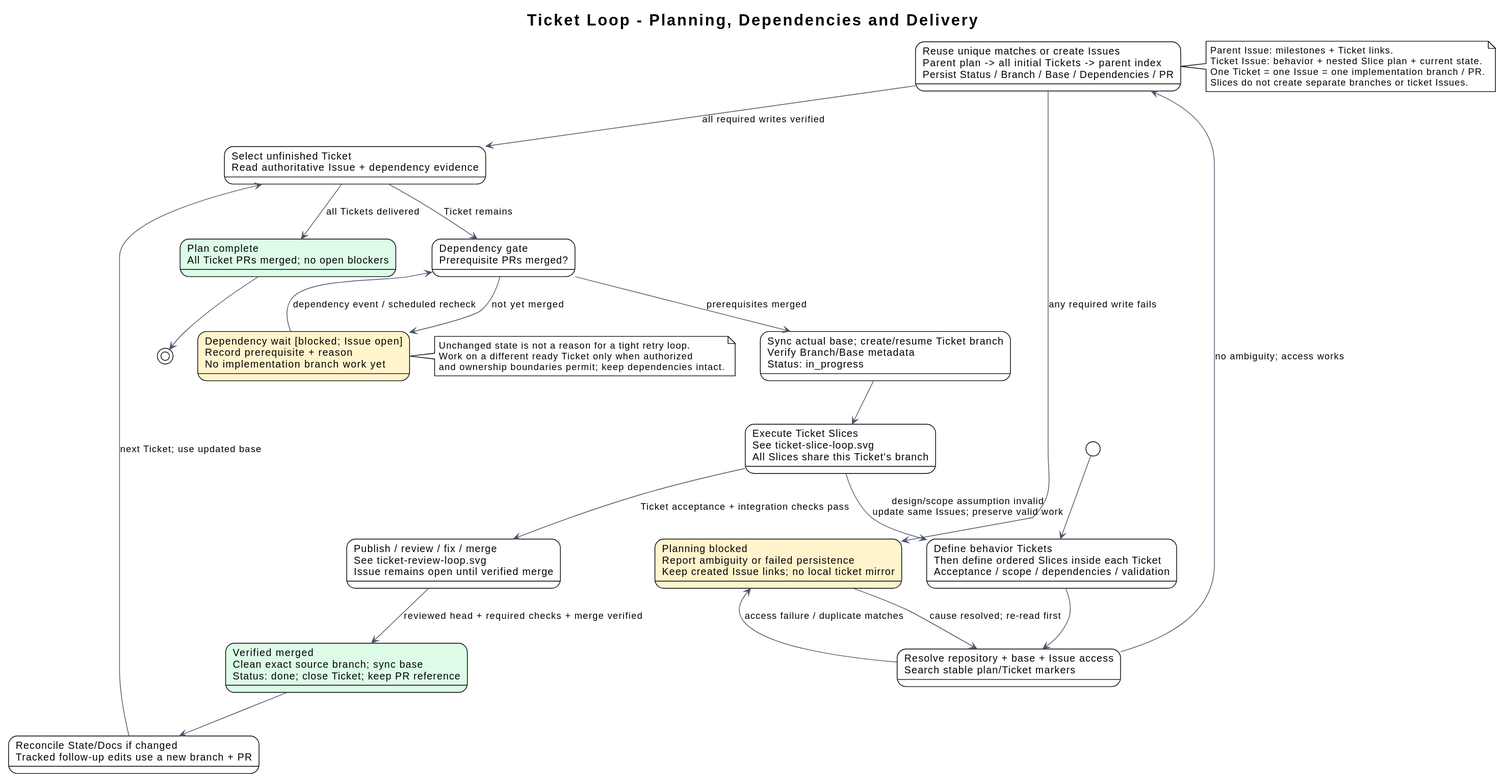
This is docs/diagrams/ticket-lifecycle.svg from i-zrhe2016/codex-development-workflow, a PlantUML export, as it was before one commit. Its diagram source:
```plantuml
@startuml
!theme plain
skinparam defaultFontName Arial
skinparam shadowing false
skinparam ArrowColor #475569
title Ticket Loop - Planning, Dependencies and Delivery

state "Define behavior Tickets\nThen define ordered Slices inside each Ticket\nAcceptance / scope / dependencies / validation" as plan
state "Resolve repository + base + Issue access\nSearch stable plan/Ticket markers" as lookup
state "Reuse unique matches or create Issues\nParent plan -> all initial Tickets -> parent index\nPersist Status / Branch / Base / Dependencies / PR" as persist
state "Planning blocked\nReport ambiguity or failed persistence\nKeep created Issue links; no local ticket mirror" as plan_blocked #FFF4CC
state "Select unfinished Ticket\nRead authoritative Issue + dependency evidence" as select
state "Dependency gate\nPrerequisite PRs merged?" as dependency
state "Dependency wait [blocked; Issue open]\nRecord prerequisite + reason\nNo implementation branch work yet" as wait_dep #FFF4CC
state "Sync actual base; create/resume Ticket branch\nVerify Branch/Base metadata\nStatus: in_progress" as branch
state "Execute Ticket Slices\nSee ticket-slice-loop.svg\nAll Slices share this Ticket's branch" as slices
state "Publish / review / fix / merge\nSee ticket-review-loop.svg\nIssue remains open until verified merge" as deliver
state "Verified merged\nClean exact source branch; sync base\nStatus: done; close Ticket; keep PR reference" as done #DCFCE7
state "Reconcile State/Docs if changed\nTracked follow-up edits use a new branch + PR" as state_docs
state "Plan complete\nAll Ticket PRs merged; no open blockers" as complete #DCFCE7

[*] --> plan
plan --> lookup
lookup --> persist : no ambiguity; access works
lookup --> plan_blocked : access failure / duplicate matches
persist --> plan_blocked : any required write fails
plan_blocked --> lookup : cause resolved; re-read first
persist --> select : all required writes verified
select --> dependency : Ticket remains
select --> complete : all Tickets delivered
dependency --> wait_dep : not yet merged
wait_dep --> dependency : dependency event / scheduled recheck
dependency --> branch : prerequisites merged
branch --> slices
slices --> deliver : Ticket acceptance + integration checks pass
slices --> plan : design/scope assumption invalid\nupdate same Issues; preserve valid work
deliver --> done : reviewed head + required checks + merge verified
done --> state_docs
state_docs --> select : next Ticket; use updated base
complete --> [*]

note right of persist
Parent Issue: milestones + Ticket links.
Ticket Issue: behavior + nested Slice plan + current state.
One Ticket = one Issue = one implementation branch / PR.
Slices do not create separate branches or ticket Issues.
end note
note right of wait_dep
Unchanged state is not a reason for a tight retry loop.
Work on a different ready Ticket only when authorized
and ownership boundaries permit; keep dependencies intact.
end note
@enduml
```
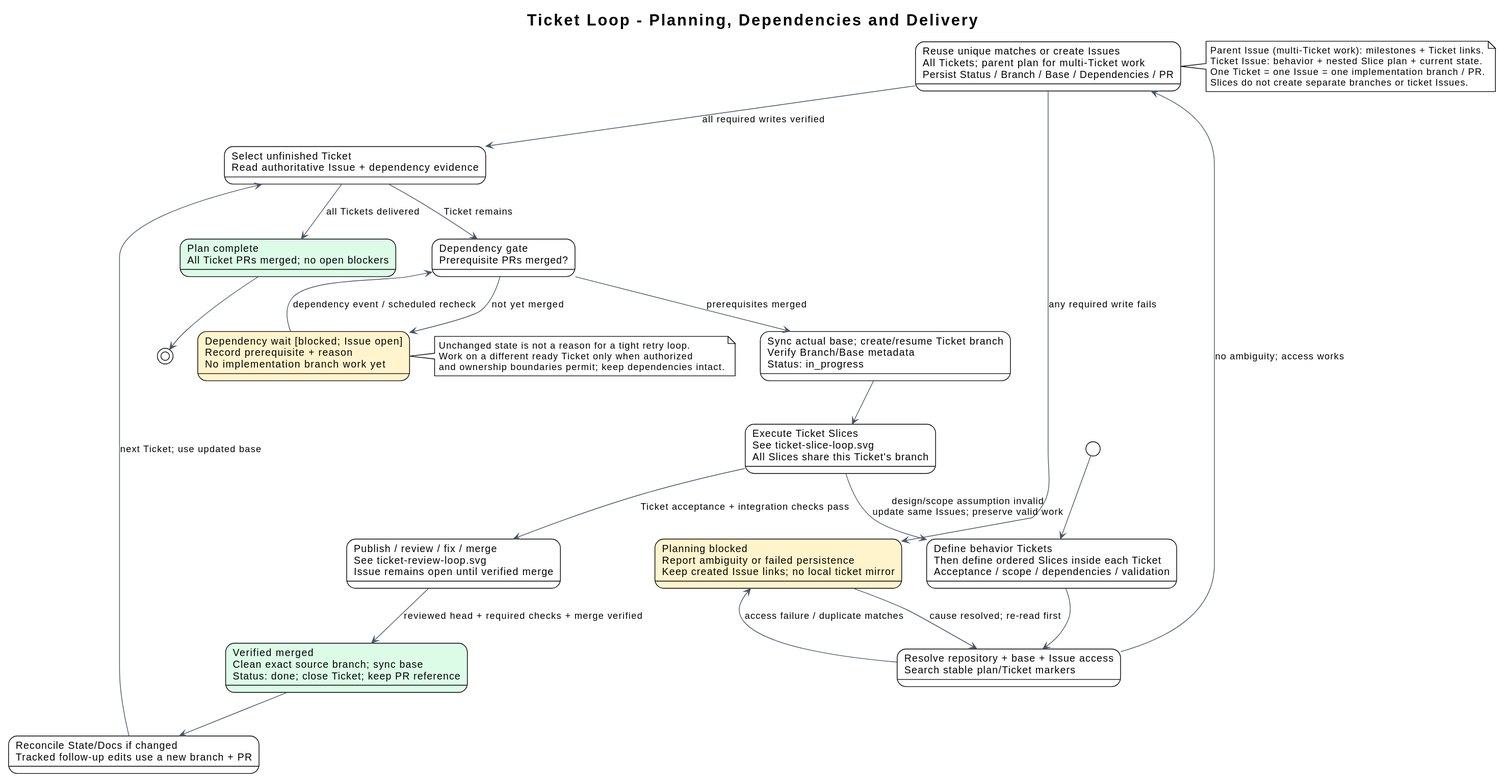
Above is the later version.

Commit message:
docs(workflow): finish aligning artifacts with the mandatory Ticket rule

Change to the diagram source:
```diff
@@ -7,7 +7,7 @@
 
 state "Define behavior Tickets\nThen define ordered Slices inside each Ticket\nAcceptance / scope / dependencies / validation" as plan
 state "Resolve repository + base + Issue access\nSearch stable plan/Ticket markers" as lookup
-state "Reuse unique matches or create Issues\nParent plan -> all initial Tickets -> parent index\nPersist Status / Branch / Base / Dependencies / PR" as persist
+state "Reuse unique matches or create Issues\nAll Tickets; parent plan for multi-Ticket work\nPersist Status / Branch / Base / Dependencies / PR" as persist
 state "Planning blocked\nReport ambiguity or failed persistence\nKeep created Issue links; no local ticket mirror" as plan_blocked #FFF4CC
 state "Select unfinished Ticket\nRead authoritative Issue + dependency evidence" as select
 state "Dependency gate\nPrerequisite PRs merged?" as dependency
@@ -40,7 +40,7 @@
 complete --> [*]
 
 note right of persist
-Parent Issue: milestones + Ticket links.
+Parent Issue (multi-Ticket work): milestones + Ticket links.
 Ticket Issue: behavior + nested Slice plan + current state.
 One Ticket = one Issue = one implementation branch / PR.
 Slices do not create separate branches or ticket Issues.
```
